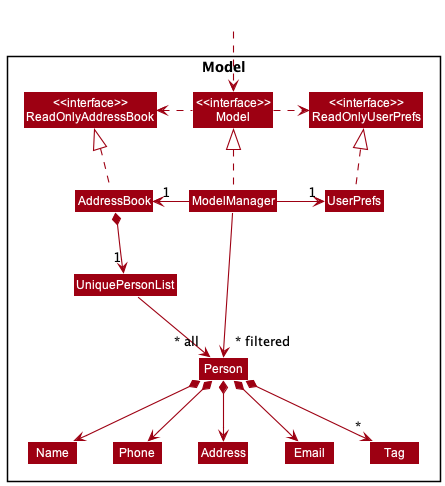
Earlier version of the PlantUML export docs/images/ModelClassDiagram.png (nus-cs2103-AY2223S2/tp). The source it was exported from:
```plantuml
@startuml
!include style.puml
skinparam arrowThickness 1.1
skinparam arrowColor MODEL_COLOR
skinparam classBackgroundColor MODEL_COLOR

Package Model <<Rectangle>>{
Class "<<interface>>\nReadOnlyAddressBook" as ReadOnlyAddressBook
Class "<<interface>>\nReadOnlyUserPrefs" as ReadOnlyUserPrefs
Class "<<interface>>\nModel" as Model
Class AddressBook
Class ModelManager
Class UserPrefs

Class UniquePersonList
Class Person
Class Address
Class Email
Class Name
Class Phone
Class Tag

}

Class HiddenOutside #FFFFFF
HiddenOutside ..> Model

AddressBook .up.|> ReadOnlyAddressBook

ModelManager .up.|> Model
Model .right.> ReadOnlyUserPrefs
Model .left.> ReadOnlyAddressBook
ModelManager -left-> "1" AddressBook
ModelManager -right-> "1" UserPrefs
UserPrefs .up.|> ReadOnlyUserPrefs

AddressBook *--> "1" UniquePersonList
UniquePersonList --> "~* all" Person
Person *--> Name
Person *--> Phone
Person *--> Email
Person *--> Address
Person *--> "*" Tag

Name -[hidden]right-> Phone
Phone -[hidden]right-> Address
Address -[hidden]right-> Email

ModelManager -->"~* filtered" Person
@enduml
```
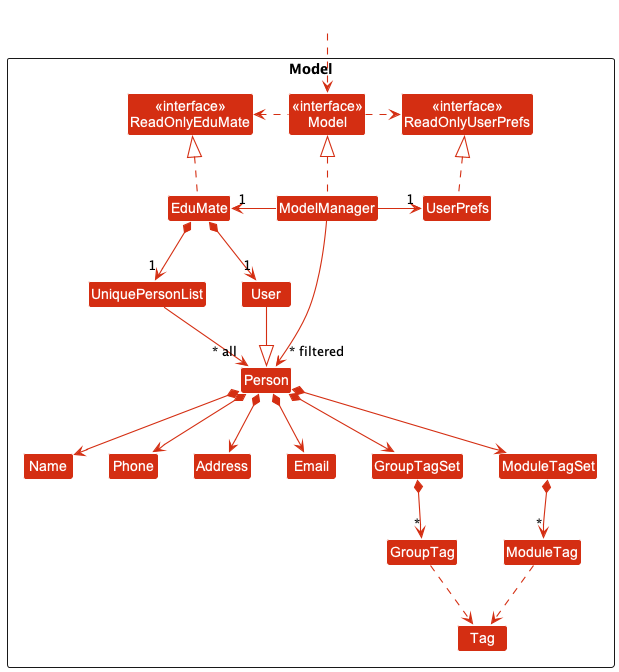
Above is the later version.

Diff of the diagram source:
```diff
@@ -4,43 +4,54 @@
 skinparam arrowColor MODEL_COLOR
 skinparam classBackgroundColor MODEL_COLOR
 
-Package Model <<Rectangle>>{
-Class "<<interface>>\nReadOnlyAddressBook" as ReadOnlyAddressBook
+Package Model <<Rectangle>> {
+Class "<<interface>>\nReadOnlyEduMate" as ReadOnlyEduMate
 Class "<<interface>>\nReadOnlyUserPrefs" as ReadOnlyUserPrefs
 Class "<<interface>>\nModel" as Model
-Class AddressBook
+Class EduMate
 Class ModelManager
 Class UserPrefs
 
 Class UniquePersonList
 Class Person
+Class User
 Class Address
 Class Email
 Class Name
 Class Phone
+Class GroupTagSet
+Class GroupTag
+Class ModuleTagSet
+Class ModuleTag
 Class Tag
-
 }
 
 Class HiddenOutside #FFFFFF
 HiddenOutside ..> Model
 
-AddressBook .up.|> ReadOnlyAddressBook
+EduMate .up.|> ReadOnlyEduMate
 
 ModelManager .up.|> Model
 Model .right.> ReadOnlyUserPrefs
-Model .left.> ReadOnlyAddressBook
-ModelManager -left-> "1" AddressBook
+Model .left.> ReadOnlyEduMate
+ModelManager -left-> "1" EduMate
 ModelManager -right-> "1" UserPrefs
 UserPrefs .up.|> ReadOnlyUserPrefs
 
-AddressBook *--> "1" UniquePersonList
+EduMate *--> "1" UniquePersonList
+EduMate *--> "1" User
+User --|> Person
 UniquePersonList --> "~* all" Person
 Person *--> Name
 Person *--> Phone
 Person *--> Email
 Person *--> Address
-Person *--> "*" Tag
+Person *--> ModuleTagSet
+ModuleTagSet *--> "*" ModuleTag
+Person *--> GroupTagSet
+GroupTagSet *--> "*" GroupTag
+GroupTag ..> Tag
+ModuleTag ..> Tag
 
 Name -[hidden]right-> Phone
 Phone -[hidden]right-> Address
```
